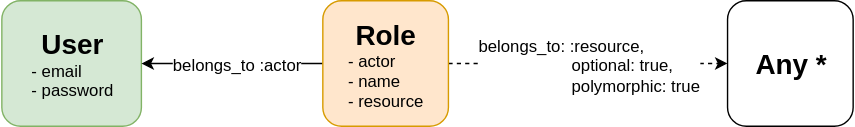
IcaliaLabs/authegy-gem keeps this draw.io diagram as docs/use-cases/base-use-case.svg. Above is the earlier version. Source tidied: cells renumbered, new cells last; positions are measured from the earlier drawing's top-left corner, leaving out a move shared by most shapes. Source of this version:
```xml
<mxGraphModel>
  <root>
    <mxCell id="0" />
    <mxCell id="1" parent="0" />
    <mxCell id="2" value="&lt;b&gt;&lt;font style=&quot;font-size: 20px&quot;&gt;User&lt;/font&gt;&lt;/b&gt;&lt;br&gt;&lt;div style=&quot;text-align: left&quot;&gt;- email&lt;/div&gt;&lt;div style=&quot;text-align: left&quot;&gt;- password&lt;/div&gt;" style="rounded=1;whiteSpace=wrap;html=1;fillColor=#d5e8d4;strokeColor=#82b366;" parent="1" vertex="1">
      <mxGeometry width="100" height="90" as="geometry" />
    </mxCell>
    <mxCell id="3" value="&lt;span style=&quot;font-size: 20px&quot;&gt;&lt;b&gt;Any *&lt;/b&gt;&lt;/span&gt;&lt;br&gt;" style="rounded=1;whiteSpace=wrap;html=1;" parent="1" vertex="1">
      <mxGeometry x="520" width="90" height="90" as="geometry" />
    </mxCell>
    <mxCell id="4" style="edgeStyle=orthogonalEdgeStyle;rounded=0;html=1;exitX=0;exitY=0.5;exitDx=0;exitDy=0;entryX=1;entryY=0.5;entryDx=0;entryDy=0;jettySize=auto;" parent="1" edge="1" source="8">
      <mxGeometry relative="1" as="geometry">
        <mxPoint x="100" y="45" as="targetPoint" />
        <Array as="points">
          <mxPoint x="160" y="45" />
          <mxPoint x="160" y="45" />
        </Array>
      </mxGeometry>
    </mxCell>
    <mxCell id="5" value="belongs_to :actor" style="text;html=1;align=center;verticalAlign=middle;labelBackgroundColor=#ffffff;" parent="4" vertex="1">
      <mxGeometry x="0.2" y="4" relative="1" as="geometry">
        <mxPoint x="16" y="-4" as="offset" />
      </mxGeometry>
    </mxCell>
    <mxCell id="6" style="edgeStyle=orthogonalEdgeStyle;rounded=0;html=1;exitX=1;exitY=0.5;exitDx=0;exitDy=0;entryX=0;entryY=0.5;entryDx=0;entryDy=0;jettySize=auto;strokeColor=#000000;dashed=1;" parent="1" edge="1" source="8" target="3">
      <mxGeometry relative="1" as="geometry" />
    </mxCell>
    <mxCell id="7" value="belongs_to: :resource,&lt;br&gt;&amp;nbsp; &amp;nbsp; &amp;nbsp; &amp;nbsp; &amp;nbsp; &amp;nbsp; &amp;nbsp; &amp;nbsp; &amp;nbsp; &amp;nbsp; optional: true,&lt;br&gt;&lt;div&gt;&amp;nbsp; &amp;nbsp; &amp;nbsp; &amp;nbsp; &amp;nbsp; &amp;nbsp; &amp;nbsp; &amp;nbsp; &amp;nbsp; &amp;nbsp; polymorphic: true&lt;/div&gt;" style="text;html=1;align=left;verticalAlign=middle;labelBackgroundColor=#ffffff;" parent="6" vertex="1">
      <mxGeometry x="0.1" y="-2" relative="1" as="geometry">
        <mxPoint x="-90" y="-2" as="offset" />
      </mxGeometry>
    </mxCell>
    <mxCell id="8" value="&lt;b&gt;&lt;font style=&quot;font-size: 20px&quot;&gt;Role&lt;/font&gt;&lt;/b&gt;&lt;br&gt;&lt;div style=&quot;text-align: left&quot;&gt;- actor&lt;/div&gt;&lt;div style=&quot;text-align: left&quot;&gt;- name&lt;/div&gt;&lt;div style=&quot;text-align: left&quot;&gt;- resource&lt;/div&gt;" style="rounded=1;whiteSpace=wrap;html=1;fillColor=#ffe6cc;strokeColor=#d79b00;" parent="1" vertex="1">
      <mxGeometry x="230" width="90" height="90" as="geometry" />
    </mxCell>
  </root>
</mxGraphModel>
```
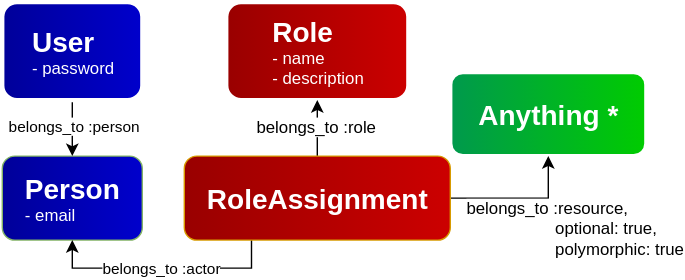
Later version of the same file.

What changed in the source:
```diff
@@ -2,36 +2,42 @@
   <root>
     <mxCell id="0" />
     <mxCell id="1" parent="0" />
-    <mxCell id="2" value="&lt;b&gt;&lt;font style=&quot;font-size: 20px&quot;&gt;User&lt;/font&gt;&lt;/b&gt;&lt;br&gt;&lt;div style=&quot;text-align: left&quot;&gt;- email&lt;/div&gt;&lt;div style=&quot;text-align: left&quot;&gt;- password&lt;/div&gt;" style="rounded=1;whiteSpace=wrap;html=1;fillColor=#d5e8d4;strokeColor=#82b366;" parent="1" vertex="1">
-      <mxGeometry width="100" height="90" as="geometry" />
+    <mxCell id="2" value="&lt;div style=&quot;text-align: left&quot;&gt;&lt;b style=&quot;font-size: 20px&quot;&gt;Person&lt;/b&gt;&lt;/div&gt;&lt;div style=&quot;text-align: left&quot;&gt;- email&lt;/div&gt;" style="rounded=1;whiteSpace=wrap;html=1;fillColor=#000099;strokeColor=#82b366;gradientColor=#0000CC;gradientDirection=east;fontColor=#FFFFFF;" parent="1" vertex="1">
+      <mxGeometry x="80" y="100" width="100" height="60" as="geometry" />
     </mxCell>
-    <mxCell id="3" value="&lt;span style=&quot;font-size: 20px&quot;&gt;&lt;b&gt;Any *&lt;/b&gt;&lt;/span&gt;&lt;br&gt;" style="rounded=1;whiteSpace=wrap;html=1;" parent="1" vertex="1">
-      <mxGeometry x="520" width="90" height="90" as="geometry" />
+    <mxCell id="3" value="&lt;span style=&quot;font-size: 20px&quot;&gt;&lt;b&gt;Anything *&lt;/b&gt;&lt;/span&gt;&lt;br&gt;" style="rounded=1;whiteSpace=wrap;html=1;gradientColor=#00CC00;fillColor=#00994D;gradientDirection=east;strokeWidth=3;strokeColor=#FFFFFF;fontColor=#FFFFFF;" parent="1" vertex="1">
+      <mxGeometry x="400" y="40" width="140" height="60" as="geometry" />
     </mxCell>
-    <mxCell id="4" style="edgeStyle=orthogonalEdgeStyle;rounded=0;html=1;exitX=0;exitY=0.5;exitDx=0;exitDy=0;entryX=1;entryY=0.5;entryDx=0;entryDy=0;jettySize=auto;" parent="1" edge="1" source="8">
-      <mxGeometry relative="1" as="geometry">
-        <mxPoint x="100" y="45" as="targetPoint" />
-        <Array as="points">
-          <mxPoint x="160" y="45" />
-          <mxPoint x="160" y="45" />
-        </Array>
-      </mxGeometry>
+    <mxCell id="4" value="&lt;div style=&quot;text-align: left&quot;&gt;&lt;b&gt;&lt;font style=&quot;font-size: 20px&quot;&gt;Role&lt;/font&gt;&lt;/b&gt;&lt;/div&gt;&lt;div style=&quot;text-align: left&quot;&gt;- name&lt;/div&gt;&lt;div style=&quot;text-align: left&quot;&gt;- description&lt;/div&gt;" style="rounded=1;whiteSpace=wrap;html=1;fillColor=#990000;strokeColor=#FFFFFF;gradientColor=#CC0000;gradientDirection=east;strokeWidth=3;fontColor=#FFFFFF;" parent="1" vertex="1">
+      <mxGeometry x="240" y="-10" width="130" height="70" as="geometry" />
     </mxCell>
-    <mxCell id="5" value="belongs_to :actor" style="text;html=1;align=center;verticalAlign=middle;labelBackgroundColor=#ffffff;" parent="4" vertex="1">
-      <mxGeometry x="0.2" y="4" relative="1" as="geometry">
-        <mxPoint x="16" y="-4" as="offset" />
-      </mxGeometry>
+    <mxCell id="5" value="belongs_to :actor" style="edgeStyle=orthogonalEdgeStyle;rounded=0;jettySize=auto;html=1;exitX=0.25;exitY=1;exitDx=0;exitDy=0;entryX=0.5;entryY=1;entryDx=0;entryDy=0;" parent="1" edge="1" source="10" target="2">
+      <mxGeometry relative="1" as="geometry" />
     </mxCell>
-    <mxCell id="6" style="edgeStyle=orthogonalEdgeStyle;rounded=0;html=1;exitX=1;exitY=0.5;exitDx=0;exitDy=0;entryX=0;entryY=0.5;entryDx=0;entryDy=0;jettySize=auto;strokeColor=#000000;dashed=1;" parent="1" edge="1" source="8" target="3">
+    <mxCell id="6" style="edgeStyle=orthogonalEdgeStyle;rounded=0;jettySize=auto;html=1;exitX=1;exitY=0.5;exitDx=0;exitDy=0;entryX=0.5;entryY=1;entryDx=0;entryDy=0;" parent="1" edge="1" source="10" target="3">
       <mxGeometry relative="1" as="geometry" />
     </mxCell>
-    <mxCell id="7" value="belongs_to: :resource,&lt;br&gt;&amp;nbsp; &amp;nbsp; &amp;nbsp; &amp;nbsp; &amp;nbsp; &amp;nbsp; &amp;nbsp; &amp;nbsp; &amp;nbsp; &amp;nbsp; optional: true,&lt;br&gt;&lt;div&gt;&amp;nbsp; &amp;nbsp; &amp;nbsp; &amp;nbsp; &amp;nbsp; &amp;nbsp; &amp;nbsp; &amp;nbsp; &amp;nbsp; &amp;nbsp; polymorphic: true&lt;/div&gt;" style="text;html=1;align=left;verticalAlign=middle;labelBackgroundColor=#ffffff;" parent="6" vertex="1">
-      <mxGeometry x="0.1" y="-2" relative="1" as="geometry">
-        <mxPoint x="-90" y="-2" as="offset" />
+    <mxCell id="7" value="belongs_to :resource,&lt;br&gt;&amp;nbsp; &amp;nbsp; &amp;nbsp; &amp;nbsp; &amp;nbsp; &amp;nbsp; &amp;nbsp; &amp;nbsp; &amp;nbsp; &amp;nbsp;optional: true,&lt;br&gt;&amp;nbsp; &amp;nbsp; &amp;nbsp; &amp;nbsp; &amp;nbsp; &amp;nbsp; &amp;nbsp; &amp;nbsp; &amp;nbsp; &amp;nbsp;polymorphic: true&lt;br&gt;" style="text;html=1;align=left;verticalAlign=middle;labelBackgroundColor=#ffffff;" parent="6" vertex="1">
+      <mxGeometry x="-0.29" y="-1" relative="1" as="geometry">
+        <mxPoint x="-26" y="19" as="offset" />
       </mxGeometry>
     </mxCell>
-    <mxCell id="8" value="&lt;b&gt;&lt;font style=&quot;font-size: 20px&quot;&gt;Role&lt;/font&gt;&lt;/b&gt;&lt;br&gt;&lt;div style=&quot;text-align: left&quot;&gt;- actor&lt;/div&gt;&lt;div style=&quot;text-align: left&quot;&gt;- name&lt;/div&gt;&lt;div style=&quot;text-align: left&quot;&gt;- resource&lt;/div&gt;" style="rounded=1;whiteSpace=wrap;html=1;fillColor=#ffe6cc;strokeColor=#d79b00;" parent="1" vertex="1">
-      <mxGeometry x="230" width="90" height="90" as="geometry" />
+    <mxCell id="8" style="edgeStyle=orthogonalEdgeStyle;rounded=0;jettySize=auto;html=1;entryX=0.5;entryY=1;entryDx=0;entryDy=0;exitX=0.5;exitY=0;exitDx=0;exitDy=0;" parent="1" edge="1" source="10" target="4">
+      <mxGeometry relative="1" as="geometry" />
     </mxCell>
+    <mxCell id="9" value="belongs_to :role" style="text;html=1;align=center;verticalAlign=middle;labelBackgroundColor=#ffffff;" parent="8" vertex="1">
+      <mxGeometry x="-0.07" y="3" relative="1" as="geometry">
+        <mxPoint x="2" y="-3" as="offset" />
+      </mxGeometry>
+    </mxCell>
+    <mxCell id="10" value="&lt;b&gt;&lt;font style=&quot;font-size: 20px&quot;&gt;RoleAssignment&lt;br&gt;&lt;/font&gt;&lt;/b&gt;" style="rounded=1;whiteSpace=wrap;html=1;fillColor=#990000;strokeColor=#d79b00;verticalAlign=middle;gradientColor=#CC0000;gradientDirection=east;fontColor=#FFFFFF;" parent="1" vertex="1">
+      <mxGeometry x="210" y="100" width="190" height="60" as="geometry" />
+    </mxCell>
+    <mxCell id="11" value="belongs_to :person" style="edgeStyle=orthogonalEdgeStyle;rounded=0;jettySize=auto;html=1;exitX=0.5;exitY=1;exitDx=0;exitDy=0;entryX=0.5;entryY=0;entryDx=0;entryDy=0;" parent="1" edge="1" source="12" target="2">
+      <mxGeometry x="-0.1" y="2" relative="1" as="geometry" />
+    </mxCell>
+    <mxCell id="12" value="&lt;div style=&quot;text-align: left&quot;&gt;&lt;b style=&quot;font-size: 20px&quot;&gt;User&lt;/b&gt;&lt;/div&gt;&lt;div style=&quot;text-align: left&quot;&gt;- password&lt;/div&gt;" style="rounded=1;whiteSpace=wrap;html=1;fillColor=#000099;strokeColor=#FFFFFF;gradientColor=#0000CC;fontColor=#FFFFFF;gradientDirection=east;strokeWidth=3;shadow=0;glass=0;comic=0;" parent="1" vertex="1">
+      <mxGeometry x="80" y="-10" width="100" height="70" as="geometry" />
+    </mxCell>
   </root>
 </mxGraphModel>
```
